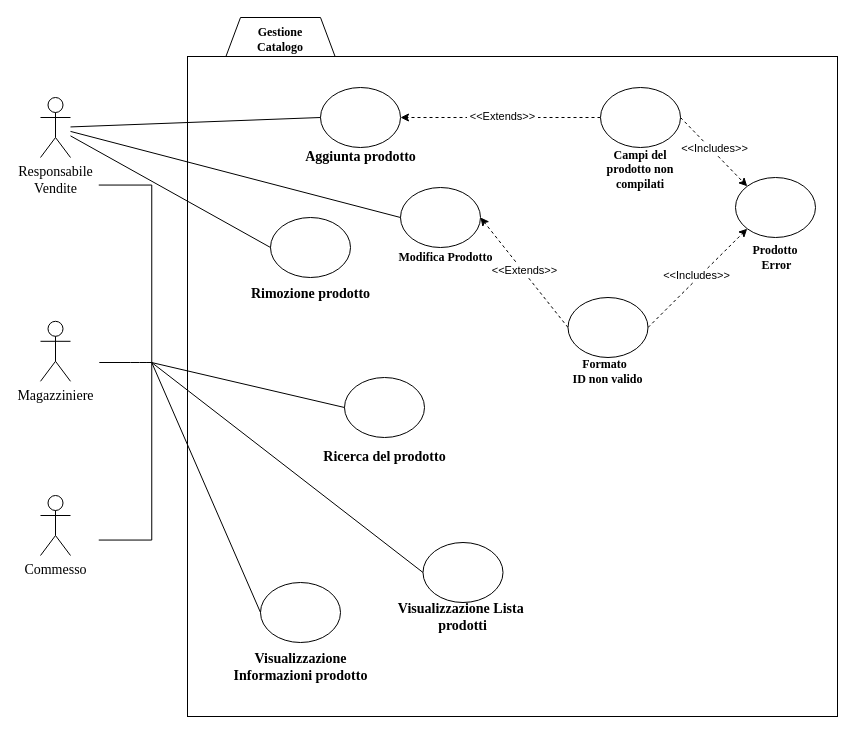
The draw.io diagram Bozze/Diagrammi Casi D'Uso/GestioneCatalogoALPHA.drawio in Carmineh/IT-Manager, before the edit. Source tidied: cells renumbered, new cells numbered last; positions are measured from the earlier drawing's top-left corner, leaving out a move shared by most shapes. Both pictures are drawn from the tidied source at 100%, with x=0, y=0 at pixel (-52, 17).
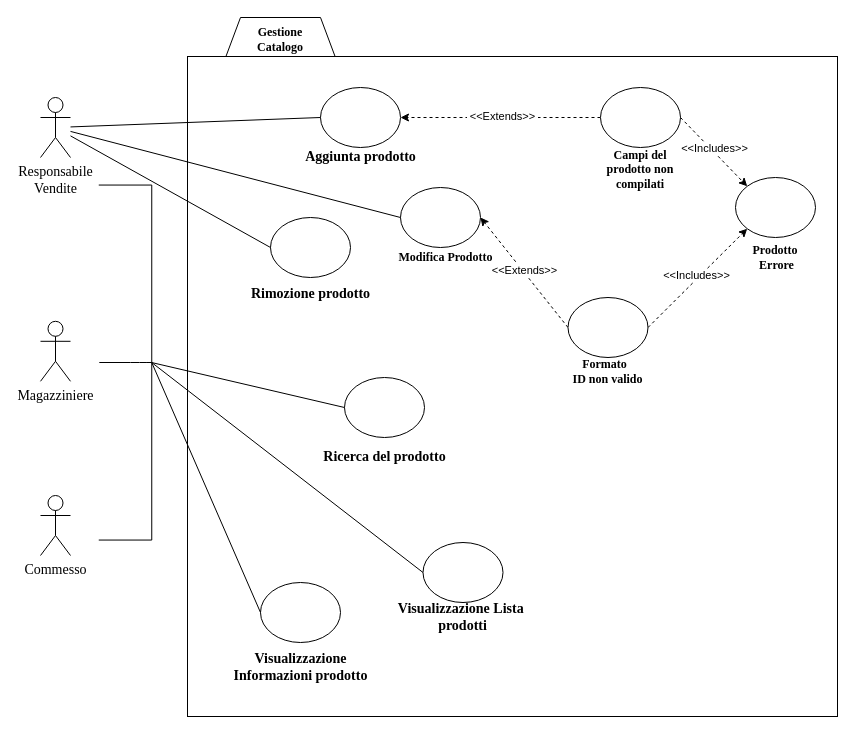
The same diagram, later.

What changed in the source:
```diff
@@
-    <mxCell id="36" value="&lt;font face=&quot;Times New Roman&quot;&gt;&lt;b&gt;Prodotto&lt;br&gt;&amp;nbsp;Error&lt;/b&gt;&lt;/font&gt;" style="text;html=1;strokeColor=none;fillColor=none;align=center;verticalAlign=middle;whiteSpace=wrap;rounded=0;" parent="1" vertex="1">
+    <mxCell id="36" value="&lt;font face=&quot;Times New Roman&quot;&gt;&lt;b&gt;Prodotto&lt;br&gt;&amp;nbsp;Errore&lt;/b&gt;&lt;/font&gt;" style="text;html=1;strokeColor=none;fillColor=none;align=center;verticalAlign=middle;whiteSpace=wrap;rounded=0;" parent="1" vertex="1">
       <mxGeometry x="792" y="230" width="70" height="20" as="geometry" />
     </mxCell>
```
